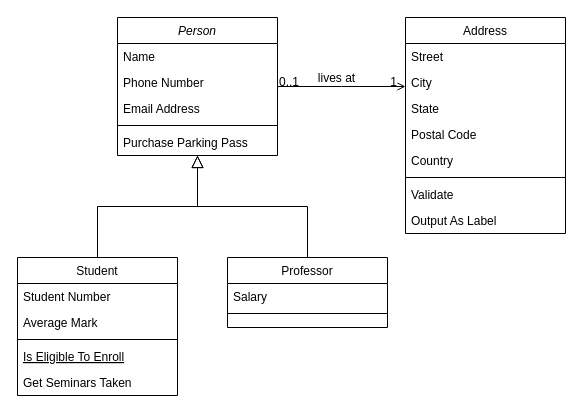
Above: amount.drawio in chenrushui/draw (draw.io), before the change. Source tidied: cells renumbered, new cells numbered last; positions are measured from the earlier drawing's top-left corner, leaving out a move shared by most shapes. Both pictures are drawn from the tidied source at 100%, with x=0, y=0 at pixel (17, 17).
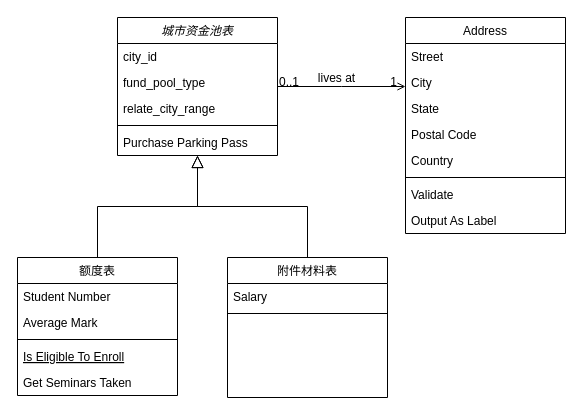
After the change.

The edit, as a diff of the source:
```diff
@@
-    <mxCell id="2" value="Person" style="swimlane;fontStyle=2;align=center;verticalAlign=top;horizontal=1;startSize=26;rounded=0;shadow=0;strokeWidth=1;" parent="1" vertex="1">
+    <mxCell id="2" value="城市资金池表" style="swimlane;fontStyle=2;align=center;verticalAlign=top;horizontal=1;startSize=26;rounded=0;shadow=0;strokeWidth=1;" parent="1" vertex="1">
       <mxGeometry x="100" width="160" height="138" as="geometry" />
     </mxCell>
-    <mxCell id="3" value="Name" style="text;align=left;verticalAlign=top;spacingLeft=4;spacingRight=4;overflow=hidden;" parent="2" vertex="1">
+    <mxCell id="3" value="city_id" style="text;align=left;verticalAlign=top;spacingLeft=4;spacingRight=4;overflow=hidden;" parent="2" vertex="1">
       <mxGeometry y="26" width="160" height="26" as="geometry" />
     </mxCell>
-    <mxCell id="4" value="Phone Number" style="text;align=left;verticalAlign=top;spacingLeft=4;spacingRight=4;overflow=hidden;rounded=0;shadow=0;html=0;" parent="2" vertex="1">
+    <mxCell id="4" value="fund_pool_type" style="text;align=left;verticalAlign=top;spacingLeft=4;spacingRight=4;overflow=hidden;rounded=0;shadow=0;html=0;" parent="2" vertex="1">
       <mxGeometry y="52" width="160" height="26" as="geometry" />
     </mxCell>
-    <mxCell id="5" value="Email Address" style="text;align=left;verticalAlign=top;spacingLeft=4;spacingRight=4;overflow=hidden;rounded=0;shadow=0;html=0;" parent="2" vertex="1">
+    <mxCell id="5" value="relate_city_range" style="text;align=left;verticalAlign=top;spacingLeft=4;spacingRight=4;overflow=hidden;rounded=0;shadow=0;html=0;" parent="2" vertex="1">
       <mxGeometry y="78" width="160" height="26" as="geometry" />
     </mxCell>
@@
-    <mxCell id="8" value="Student" style="swimlane;fontStyle=0;align=center;verticalAlign=top;horizontal=1;startSize=26;rounded=0;shadow=0;strokeWidth=1;" parent="1" vertex="1">
+    <mxCell id="8" value="额度表" style="swimlane;fontStyle=0;align=center;verticalAlign=top;horizontal=1;startSize=26;rounded=0;shadow=0;strokeWidth=1;" parent="1" vertex="1">
       <mxGeometry y="240" width="160" height="138" as="geometry" />
     </mxCell>
@@
-    <mxCell id="15" value="Professor" style="swimlane;fontStyle=0;align=center;verticalAlign=top;horizontal=1;startSize=26;rounded=0;shadow=0;strokeWidth=1;" parent="1" vertex="1">
-      <mxGeometry x="210" y="240" width="160" height="70" as="geometry" />
+    <mxCell id="15" value="附件材料表" style="swimlane;fontStyle=0;align=center;verticalAlign=top;horizontal=1;startSize=26;rounded=0;shadow=0;strokeWidth=1;" parent="1" vertex="1">
+      <mxGeometry x="210" y="240" width="160" height="140" as="geometry" />
     </mxCell>
```
